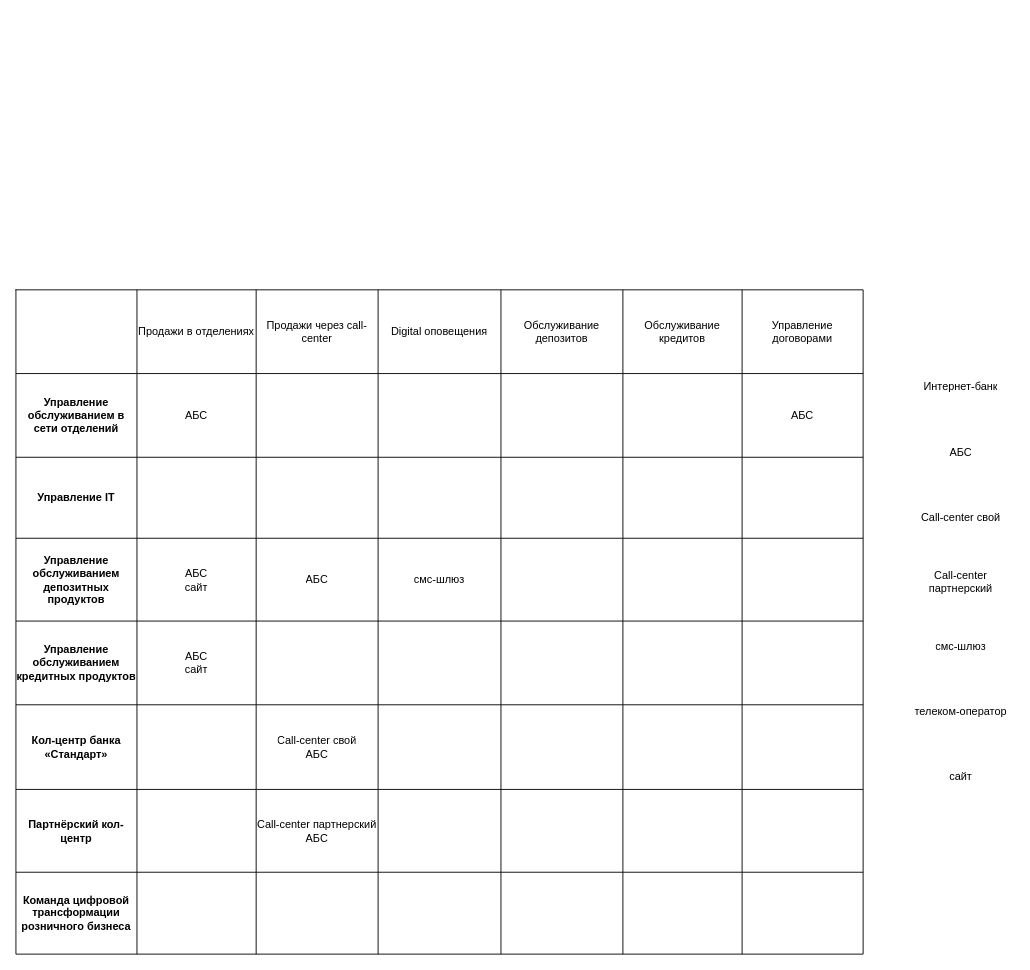
This is Task1/it_landscape.drawio from sdilman/architecture-standart, a draw.io file, before an edit. Source tidied: cells renumbered, new cells numbered last; positions are measured from the earlier drawing's top-left corner, leaving out a move shared by most shapes. Both pictures are drawn from the tidied source at 91%, with x=0, y=0 at pixel (15, 289).
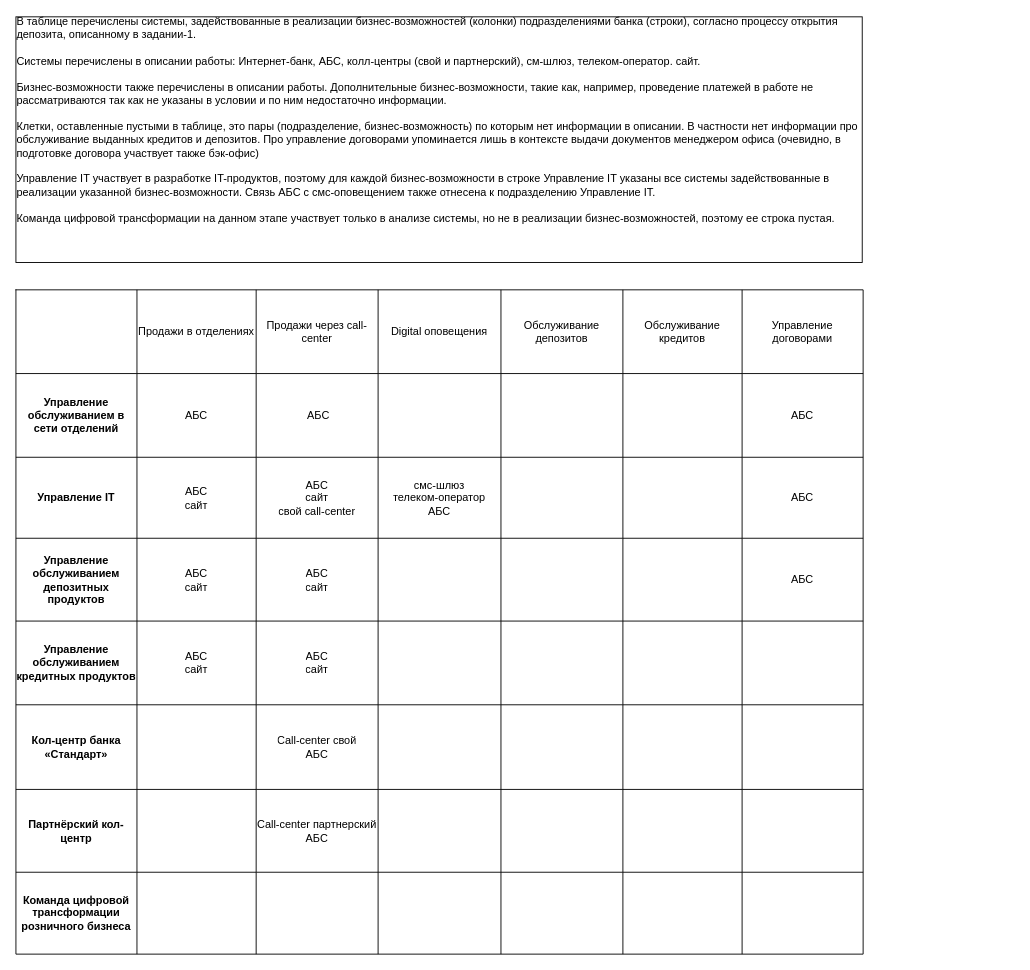
Above is the later version.

Commit message:
Review: Task 1

The change refers to these unchanged cells:
```xml
<mxCell id="24" style="shape=tableRow;horizontal=0;startSize=0;swimlaneHead=0;swimlaneBody=0;strokeColor=inherit;top=0;left=0;bottom=0;right=0;fillColor=none;" parent="15" vertex="1">
  <mxGeometry y="92" width="931" height="92" as="geometry" />
</mxCell>
<mxCell id="32" style="shape=tableRow;horizontal=0;startSize=0;swimlaneHead=0;swimlaneBody=0;strokeColor=inherit;top=0;left=0;bottom=0;right=0;fillColor=none;" parent="15" vertex="1">
  <mxGeometry y="184" width="931" height="89" as="geometry" />
</mxCell>
<mxCell id="40" style="shape=tableRow;horizontal=0;startSize=0;swimlaneHead=0;swimlaneBody=0;strokeColor=inherit;top=0;left=0;bottom=0;right=0;fillColor=none;" parent="15" vertex="1">
  <mxGeometry y="273" width="931" height="91" as="geometry" />
</mxCell>
<mxCell id="48" style="shape=tableRow;horizontal=0;startSize=0;swimlaneHead=0;swimlaneBody=0;strokeColor=inherit;top=0;left=0;bottom=0;right=0;fillColor=none;" parent="15" vertex="1">
  <mxGeometry y="364" width="931" height="92" as="geometry" />
</mxCell>
```

What changed in the source:
```diff
@@
-    <mxCell id="27" style="shape=partialRectangle;html=1;whiteSpace=wrap;strokeColor=inherit;overflow=hidden;fillColor=none;top=0;left=0;bottom=0;right=0;" parent="24" vertex="1">
+    <mxCell id="27" value="&amp;nbsp;АБС" style="shape=partialRectangle;html=1;whiteSpace=wrap;strokeColor=inherit;overflow=hidden;fillColor=none;top=0;left=0;bottom=0;right=0;" parent="24" vertex="1">
       <mxGeometry x="264" width="134" height="92" as="geometry" />
     </mxCell>
@@
-    <mxCell id="34" style="shape=partialRectangle;html=1;whiteSpace=wrap;strokeColor=inherit;overflow=hidden;fillColor=none;top=0;left=0;bottom=0;right=0;" parent="32" vertex="1">
+    <mxCell id="34" value="АБС&lt;div&gt;сайт&lt;/div&gt;" style="shape=partialRectangle;html=1;whiteSpace=wrap;strokeColor=inherit;overflow=hidden;fillColor=none;top=0;left=0;bottom=0;right=0;" parent="32" vertex="1">
       <mxGeometry x="133" width="131" height="89" as="geometry" />
     </mxCell>
-    <mxCell id="35" style="shape=partialRectangle;html=1;whiteSpace=wrap;strokeColor=inherit;overflow=hidden;fillColor=none;top=0;left=0;bottom=0;right=0;" parent="32" vertex="1">
+    <mxCell id="35" value="АБС&lt;div&gt;сайт&lt;/div&gt;&lt;div&gt;свой call-center&lt;/div&gt;" style="shape=partialRectangle;html=1;whiteSpace=wrap;strokeColor=inherit;overflow=hidden;fillColor=none;top=0;left=0;bottom=0;right=0;" parent="32" vertex="1">
       <mxGeometry x="264" width="134" height="89" as="geometry" />
     </mxCell>
-    <mxCell id="36" style="shape=partialRectangle;html=1;whiteSpace=wrap;strokeColor=inherit;overflow=hidden;fillColor=none;top=0;left=0;bottom=0;right=0;" parent="32" vertex="1">
+    <mxCell id="36" value="смс-шлюз&lt;div&gt;телеком-оператор&lt;/div&gt;&lt;div&gt;АБС&lt;/div&gt;" style="shape=partialRectangle;html=1;whiteSpace=wrap;strokeColor=inherit;overflow=hidden;fillColor=none;top=0;left=0;bottom=0;right=0;" parent="32" vertex="1">
       <mxGeometry x="398" width="135" height="89" as="geometry" />
     </mxCell>
@@
-    <mxCell id="39" style="shape=partialRectangle;html=1;whiteSpace=wrap;strokeColor=inherit;overflow=hidden;fillColor=none;top=0;left=0;bottom=0;right=0;" parent="32" vertex="1">
+    <mxCell id="39" value="АБС" style="shape=partialRectangle;html=1;whiteSpace=wrap;strokeColor=inherit;overflow=hidden;fillColor=none;top=0;left=0;bottom=0;right=0;" parent="32" vertex="1">
       <mxGeometry x="798" width="133" height="89" as="geometry" />
     </mxCell>
@@
-    <mxCell id="43" value="&lt;div&gt;АБС&lt;/div&gt;" style="shape=partialRectangle;html=1;whiteSpace=wrap;strokeColor=inherit;overflow=hidden;fillColor=none;top=0;left=0;bottom=0;right=0;" parent="40" vertex="1">
+    <mxCell id="43" value="&lt;div&gt;АБС&lt;/div&gt;&lt;div&gt;сайт&lt;/div&gt;" style="shape=partialRectangle;html=1;whiteSpace=wrap;strokeColor=inherit;overflow=hidden;fillColor=none;top=0;left=0;bottom=0;right=0;" parent="40" vertex="1">
       <mxGeometry x="264" width="134" height="91" as="geometry" />
     </mxCell>
-    <mxCell id="44" value="смс-шлюз" style="shape=partialRectangle;html=1;whiteSpace=wrap;strokeColor=inherit;overflow=hidden;fillColor=none;top=0;left=0;bottom=0;right=0;" parent="40" vertex="1">
+    <mxCell id="44" value="&lt;div&gt;&lt;br&gt;&lt;/div&gt;" style="shape=partialRectangle;html=1;whiteSpace=wrap;strokeColor=inherit;overflow=hidden;fillColor=none;top=0;left=0;bottom=0;right=0;" parent="40" vertex="1">
       <mxGeometry x="398" width="135" height="91" as="geometry" />
     </mxCell>
@@
-    <mxCell id="47" style="shape=partialRectangle;html=1;whiteSpace=wrap;strokeColor=inherit;overflow=hidden;fillColor=none;top=0;left=0;bottom=0;right=0;" parent="40" vertex="1">
+    <mxCell id="47" value="АБС" style="shape=partialRectangle;html=1;whiteSpace=wrap;strokeColor=inherit;overflow=hidden;fillColor=none;top=0;left=0;bottom=0;right=0;" parent="40" vertex="1">
       <mxGeometry x="798" width="133" height="91" as="geometry" />
     </mxCell>
@@
-    <mxCell id="51" style="shape=partialRectangle;html=1;whiteSpace=wrap;strokeColor=inherit;overflow=hidden;fillColor=none;top=0;left=0;bottom=0;right=0;" parent="48" vertex="1">
+    <mxCell id="51" value="АБС&lt;div&gt;сайт&lt;/div&gt;" style="shape=partialRectangle;html=1;whiteSpace=wrap;strokeColor=inherit;overflow=hidden;fillColor=none;top=0;left=0;bottom=0;right=0;" parent="48" vertex="1">
       <mxGeometry x="264" width="134" height="92" as="geometry" />
     </mxCell>
@@
-    <mxCell id="80" value="Интернет-банк" style="shape=partialRectangle;html=1;whiteSpace=wrap;strokeColor=inherit;overflow=hidden;fillColor=none;top=0;left=0;bottom=0;right=0;" parent="1" vertex="1">
-      <mxGeometry x="980" y="71" width="117" height="72" as="geometry" />
-    </mxCell>
-    <mxCell id="81" value="АБС" style="shape=partialRectangle;html=1;whiteSpace=wrap;strokeColor=inherit;overflow=hidden;fillColor=none;top=0;left=0;bottom=0;right=0;" parent="1" vertex="1">
-      <mxGeometry x="980" y="143" width="117" height="71" as="geometry" />
-    </mxCell>
-    <mxCell id="82" value="Call-center свой" style="shape=partialRectangle;html=1;whiteSpace=wrap;strokeColor=inherit;overflow=hidden;fillColor=none;top=0;left=0;bottom=0;right=0;" parent="1" vertex="1">
-      <mxGeometry x="980" y="214" width="117" height="71" as="geometry" />
-    </mxCell>
-    <mxCell id="83" value="Call-center партнерский" style="shape=partialRectangle;html=1;whiteSpace=wrap;strokeColor=inherit;overflow=hidden;fillColor=none;top=0;left=0;bottom=0;right=0;" parent="1" vertex="1">
-      <mxGeometry x="980" y="285" width="117" height="71" as="geometry" />
-    </mxCell>
-    <mxCell id="84" value="смс-шлюз" style="shape=partialRectangle;html=1;whiteSpace=wrap;strokeColor=inherit;overflow=hidden;fillColor=none;top=0;left=0;bottom=0;right=0;" parent="1" vertex="1">
-      <mxGeometry x="980" y="356" width="117" height="72" as="geometry" />
-    </mxCell>
-    <mxCell id="85" value="телеком-оператор" style="shape=partialRectangle;html=1;whiteSpace=wrap;strokeColor=inherit;overflow=hidden;fillColor=none;top=0;left=0;bottom=0;right=0;" parent="1" vertex="1">
-      <mxGeometry x="980" y="428" width="117" height="71" as="geometry" />
-    </mxCell>
-    <mxCell id="86" value="сайт" style="shape=partialRectangle;html=1;whiteSpace=wrap;strokeColor=inherit;overflow=hidden;fillColor=none;top=0;left=0;bottom=0;right=0;" parent="1" vertex="1">
-      <mxGeometry x="980" y="499" width="117" height="71" as="geometry" />
-    </mxCell>
+    <mxCell id="87" value="&lt;div style=&quot;text-align: left;&quot;&gt;В таблице перечислены системы, задействованные в реализации бизнес-возможностей (колонки) подразделениями банка (строки), согласно процессу открытия депозита, описанному в задании-1.&amp;nbsp;&lt;/div&gt;&lt;div style=&quot;text-align: left;&quot;&gt;&lt;br&gt;&lt;/div&gt;&lt;div style=&quot;text-align: left;&quot;&gt;Системы перечислены в описании работы: Интернет-банк, АБС, колл-центры (свой и партнерский), см-шлюз, телеком-оператор. сайт.&lt;/div&gt;&lt;div style=&quot;text-align: left;&quot;&gt;&lt;br&gt;&lt;/div&gt;&lt;div style=&quot;text-align: left;&quot;&gt;Бизнес-возможности также перечислены в описании работы. Дополнительные бизнес-возможности, такие как, например, проведение платежей в работе не рассматриваются так как не указаны в условии и по ним недостаточно информации.&lt;/div&gt;&lt;div style=&quot;text-align: left;&quot;&gt;&lt;br&gt;&lt;/div&gt;&lt;div style=&quot;text-align: left;&quot;&gt;Клетки, оставленные пустыми в таблице, это пары (подразделение, бизнес-возможность) по которым нет информации в описании. В частности нет информации про обслуживание выданных кредитов и депозитов. Про управление договорами упоминается лишь в контексте выдачи документов менеджером офиса (очевидно, в подготовке договора участвует также бэк-офис)&lt;/div&gt;&lt;div style=&quot;text-align: left;&quot;&gt;&lt;br&gt;&lt;/div&gt;&lt;div style=&quot;text-align: left;&quot;&gt;Управление IT участвует в разработке IT-продуктов, поэтому для каждой бизнес-возможности в строке Управление IT указаны все системы задействованные в реализации указанной бизнес-возможности. Связь АБС с смс-оповещением также отнесена к подразделению Управление IT.&lt;/div&gt;&lt;div style=&quot;text-align: left;&quot;&gt;&lt;br&gt;&lt;/div&gt;&lt;div style=&quot;text-align: left;&quot;&gt;Команда цифровой трансформации на данном этапе участвует только в анализе системы, но не в реализации бизнес-возможностей, поэтому ее строка пустая.&lt;/div&gt;&lt;div&gt;&lt;br&gt;&lt;/div&gt;&lt;div&gt;&lt;br&gt;&lt;div&gt;&lt;br&gt;&lt;/div&gt;&lt;/div&gt;" style="rounded=0;whiteSpace=wrap;html=1;" parent="1" vertex="1">
+      <mxGeometry y="-300" width="930" height="270" as="geometry" />
+    </mxCell>
```
